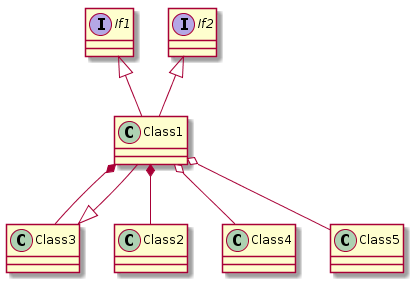
Above: code/testfolder/xmlSpecifications/ClassDiagram.png in coffeemore/puml (PlantUML), before the change. The source it was exported from:
```plantuml
@startuml
interface If1
interface If2
If1 <|-- Class1
If2 <|-- Class1
Class3 <|-- Class1
Class1 *-- Class2
Class1 *-- Class3
Class1 o-- Class4
Class1 o-- Class5
@enduml
```
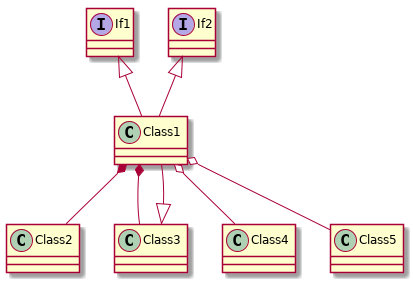
Above is the later version.

Commit message:
kleiner Fehler beseitigt, ausfuehrlicher Test (kompletter OutputPUML-Test) fuer Klassendiagramme erfolgreich

What changed in the source:
```diff
@@ -1,9 +1,14 @@
 @startuml
+class Class1
+class Class2
+class Class3
+class Class4
+class Class5
 interface If1
 interface If2
+Class3 <|-- Class1
 If1 <|-- Class1
 If2 <|-- Class1
-Class3 <|-- Class1
 Class1 *-- Class2
 Class1 *-- Class3
 Class1 o-- Class4
```
